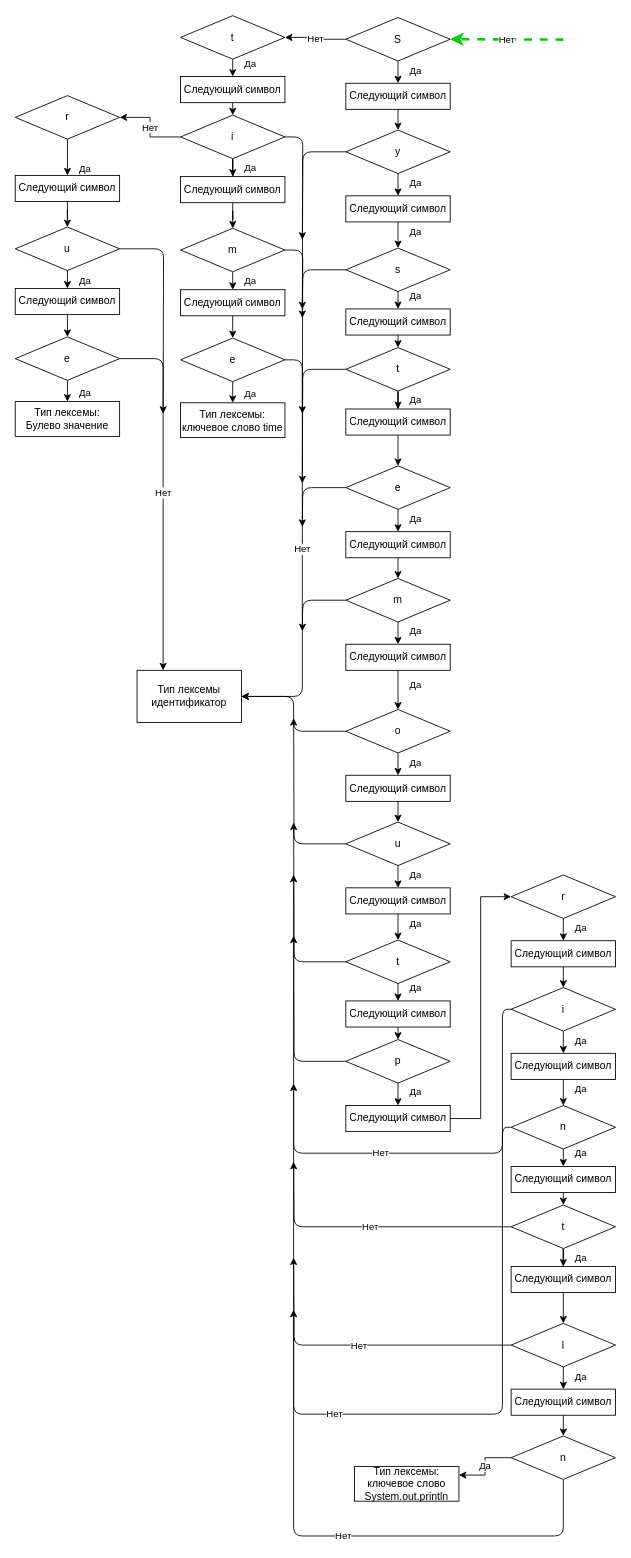
Before: finally_automat7.drawio in DieNice/CourseTranslator, a draw.io diagram. Source tidied: cells renumbered, new cells numbered last; positions are measured from the earlier drawing's top-left corner, leaving out a move shared by most shapes. Both pictures are drawn from the tidied source at 87%, with x=0, y=0 at pixel (15, 15).
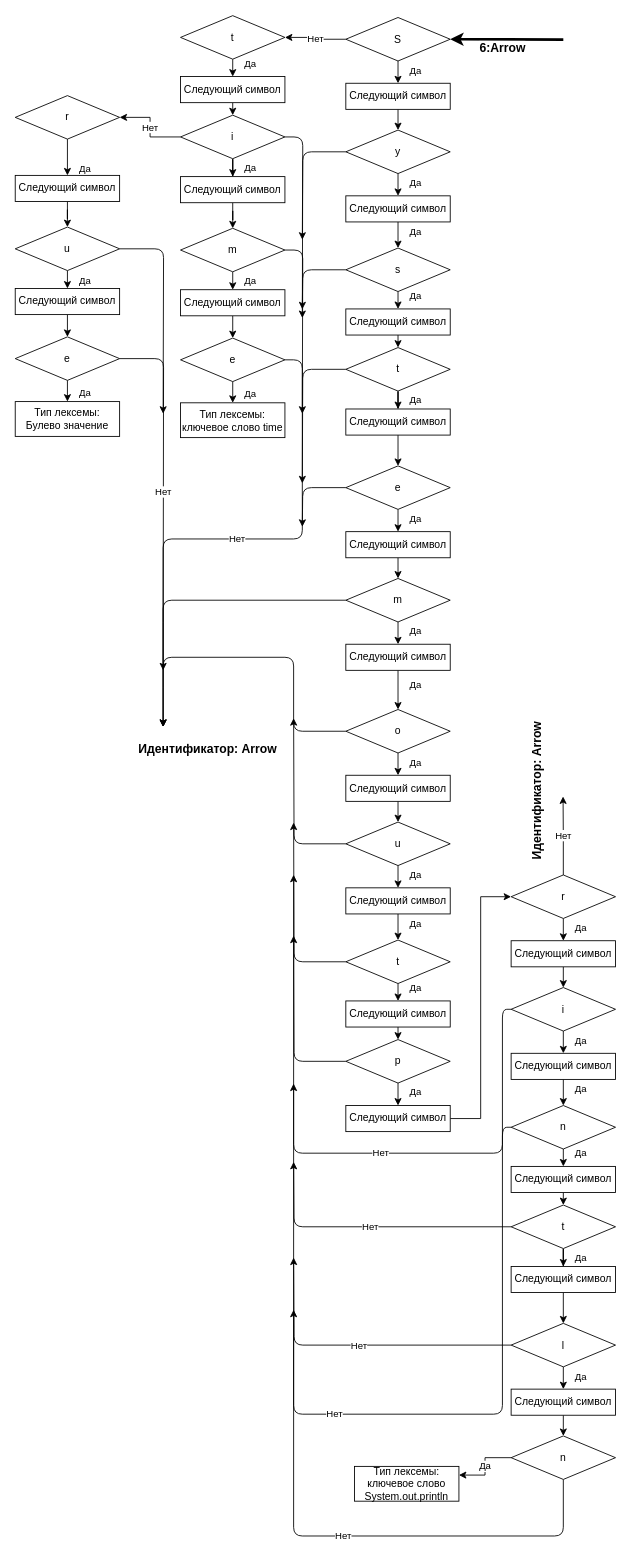
The same page after the edit.

Unchanged cells that the change refers to:
```xml
<mxCell id="17" value="o" style="rhombus;whiteSpace=wrap;html=1;" parent="1" vertex="1">
  <mxGeometry x="380" y="798" width="120" height="50" as="geometry" />
</mxCell>
<mxCell id="37" value="S" style="rhombus;whiteSpace=wrap;html=1;" parent="1" vertex="1">
  <mxGeometry x="380" y="2.6" width="120" height="50" as="geometry" />
</mxCell>
<mxCell id="42" value="m" style="rhombus;whiteSpace=wrap;html=1;" parent="1" vertex="1">
  <mxGeometry x="380" y="647.4" width="120" height="50" as="geometry" />
</mxCell>
<mxCell id="68" value="r" style="rhombus;whiteSpace=wrap;html=1;" parent="1" vertex="1">
  <mxGeometry x="570" y="988.2" width="120" height="50" as="geometry" />
</mxCell>
<mxCell id="92" value="e" style="rhombus;whiteSpace=wrap;html=1;" parent="1" vertex="1">
  <mxGeometry x="190" y="371.1" width="120" height="50" as="geometry" />
</mxCell>
<mxCell id="108" value="e" style="rhombus;whiteSpace=wrap;html=1;" parent="1" vertex="1">
  <mxGeometry y="369.7" width="120" height="50" as="geometry" />
</mxCell>
```

Diff of the diagram source:
```diff
@@
-    <mxCell id="16" style="edgeStyle=orthogonalEdgeStyle;rounded=1;jettySize=auto;html=1;exitX=0;exitY=0.5;exitDx=0;exitDy=0;entryX=1;entryY=0.5;entryDx=0;entryDy=0;strokeColor=#000000;strokeWidth=1;" parent="1" edge="1" source="17" target="116">
-      <mxGeometry relative="1" as="geometry" />
+    <mxCell id="16" style="edgeStyle=orthogonalEdgeStyle;rounded=1;jettySize=auto;html=1;exitX=0;exitY=0.5;exitDx=0;exitDy=0;strokeColor=#000000;strokeWidth=1;" parent="1" edge="1" source="17">
+      <mxGeometry relative="1" as="geometry">
+        <mxPoint x="170" y="818" as="targetPoint" />
+        <Array as="points">
+          <mxPoint x="320" y="823" />
+          <mxPoint x="320" y="738" />
+          <mxPoint x="170" y="738" />
+        </Array>
+      </mxGeometry>
     </mxCell>
@@
     <mxCell id="41" style="edgeStyle=orthogonalEdgeStyle;rounded=1;jettySize=auto;html=1;exitX=0;exitY=0.5;exitDx=0;exitDy=0;strokeColor=#000000;strokeWidth=1;" parent="1" edge="1" source="42">
       <mxGeometry relative="1" as="geometry">
-        <mxPoint x="330" y="708" as="targetPoint" />
+        <mxPoint x="170" y="818" as="targetPoint" />
+        <Array as="points">
+          <mxPoint x="170" y="672" />
+          <mxPoint x="170" y="708" />
+        </Array>
       </mxGeometry>
     </mxCell>
@@
+    <mxCell id="117" value="Нет" style="edgeStyle=orthogonalEdgeStyle;rounded=0;jettySize=auto;html=1;exitX=0.5;exitY=0;exitDx=0;exitDy=0;strokeColor=#000000;" parent="1" edge="1" source="68">
+      <mxGeometry relative="1" as="geometry">
+        <mxPoint x="629.7" y="898" as="targetPoint" />
+      </mxGeometry>
+    </mxCell>
@@
-    <mxCell id="91" value="Нет" style="edgeStyle=orthogonalEdgeStyle;rounded=1;jettySize=auto;html=1;exitX=1;exitY=0.5;exitDx=0;exitDy=0;entryX=1;entryY=0.5;entryDx=0;entryDy=0;strokeColor=#000000;strokeWidth=1;" parent="1" edge="1" source="92" target="116">
-      <mxGeometry relative="1" as="geometry" />
+    <mxCell id="91" value="Нет" style="edgeStyle=orthogonalEdgeStyle;rounded=1;jettySize=auto;html=1;exitX=1;exitY=0.5;exitDx=0;exitDy=0;strokeColor=#000000;strokeWidth=1;" parent="1" edge="1" source="92">
+      <mxGeometry relative="1" as="geometry">
+        <mxPoint x="170" y="818" as="targetPoint" />
+        <Array as="points">
+          <mxPoint x="330" y="396" />
+          <mxPoint x="330" y="602" />
+          <mxPoint x="170" y="602" />
+          <mxPoint x="170" y="783" />
+        </Array>
+      </mxGeometry>
     </mxCell>
@@
-    <mxCell id="107" value="Нет" style="edgeStyle=orthogonalEdgeStyle;rounded=1;jettySize=auto;html=1;exitX=1;exitY=0.5;exitDx=0;exitDy=0;entryX=0.25;entryY=0;entryDx=0;entryDy=0;strokeColor=#000000;strokeWidth=1;" parent="1" edge="1" source="108" target="116">
-      <mxGeometry relative="1" as="geometry" />
+    <mxCell id="107" value="Нет" style="edgeStyle=orthogonalEdgeStyle;rounded=1;jettySize=auto;html=1;exitX=1;exitY=0.5;exitDx=0;exitDy=0;entryX=0.25;entryY=0;entryDx=0;entryDy=0;strokeColor=#000000;strokeWidth=1;" parent="1" edge="1" source="108">
+      <mxGeometry relative="1" as="geometry">
+        <mxPoint x="170" y="753" as="targetPoint" />
+      </mxGeometry>
     </mxCell>
@@
-    <mxCell id="115" value="Нет" style="endArrow=classic;html=1;dashed=1;strokeColor=#00CC00;strokeWidth=3;entryX=1;entryY=0.5;entryDx=0;entryDy=0;" parent="1" edge="1" target="37">
-      <mxGeometry relative="1" as="geometry">
+    <mxCell id="115" value="&lt;font style=&quot;font-size: 14px&quot;&gt;&lt;b&gt;6:Arrow&lt;/b&gt;&lt;/font&gt;" style="endArrow=classic;html=1;strokeWidth=3;entryX=1;entryY=0.5;entryDx=0;entryDy=0;" parent="1" edge="1" target="37">
+      <mxGeometry x="0.08" y="10" relative="1" as="geometry">
         <mxPoint x="630" y="28" as="sourcePoint" />
       </mxGeometry>
     </mxCell>
-    <mxCell id="116" value="Тип лексемы идентификатор" style="rounded=0;whiteSpace=wrap;html=1;" parent="1" vertex="1">
-      <mxGeometry x="140" y="753" width="120" height="60" as="geometry" />
-    </mxCell>
+    <mxCell id="118" value="&lt;b style=&quot;color: rgb(0, 0, 0); font-family: helvetica; font-size: 14px; font-style: normal; letter-spacing: normal; text-align: center; text-indent: 0px; text-transform: none; word-spacing: 0px; background-color: rgb(255, 255, 255);&quot;&gt;Идентификатор: Arrow&lt;/b&gt;" style="text;whiteSpace=wrap;html=1;" parent="1" vertex="1">
+      <mxGeometry x="140" y="828" width="180" height="30" as="geometry" />
+    </mxCell>
+    <mxCell id="119" value="&lt;b style=&quot;color: rgb(0, 0, 0); font-family: helvetica; font-size: 14px; font-style: normal; letter-spacing: normal; text-align: center; text-indent: 0px; text-transform: none; word-spacing: 0px; background-color: rgb(255, 255, 255);&quot;&gt;Идентификатор: Arrow&lt;/b&gt;" style="text;whiteSpace=wrap;html=1;rotation=-90;" parent="1" vertex="1">
+      <mxGeometry x="510" y="868" width="180" height="30" as="geometry" />
+    </mxCell>
```
